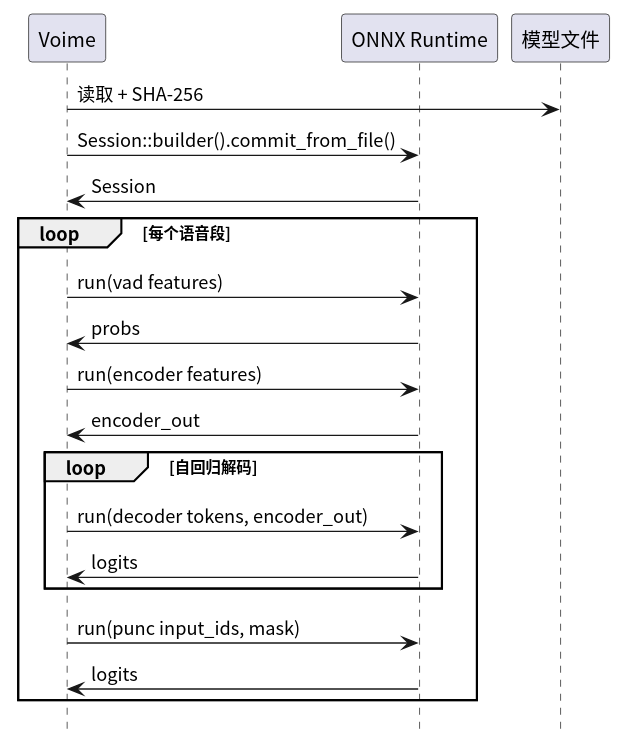
Earlier version of the PlantUML export diagram/prov-inference.svg (54m43lJ/voime).
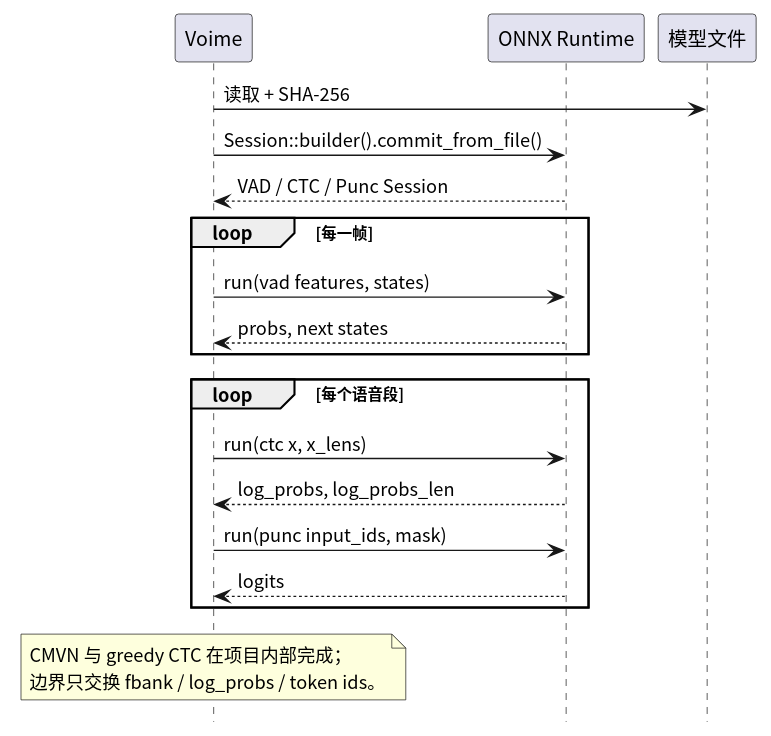
Above is the later version.

Change to the diagram source:
```diff
@@ -3,23 +3,28 @@
 skinparam shadowing false
 hide footbox
 
-participant "Voime" as App
+participant "Voime" as Voime
 participant "ONNX Runtime" as Ort
 participant "模型文件" as Model
 
-App -> Model : 读取 + SHA-256
-App -> Ort : Session::builder().commit_from_file()
-Ort -> App : Session
+Voime -> Model : 读取 + SHA-256
+Voime -> Ort : Session::builder().commit_from_file()
+Ort --> Voime : VAD / CTC / Punc Session
+
+loop 每一帧
+  Voime -> Ort : run(vad features, states)
+  Ort --> Voime : probs, next states
+end
+
 loop 每个语音段
-  App -> Ort : run(vad features)
-  Ort -> App : probs
-  App -> Ort : run(encoder features)
-  Ort -> App : encoder_out
-  loop 自回归解码
-    App -> Ort : run(decoder tokens, encoder_out)
-    Ort -> App : logits
-  end
-  App -> Ort : run(punc input_ids, mask)
-  Ort -> App : logits
+  Voime -> Ort : run(ctc x, x_lens)
+  Ort --> Voime : log_probs, log_probs_len
+  Voime -> Ort : run(punc input_ids, mask)
+  Ort --> Voime : logits
 end
+
+note over Voime
+  CMVN 与 greedy CTC 在项目内部完成；
+  边界只交换 fbank / log_probs / token ids。
+end note
 @enduml
```
